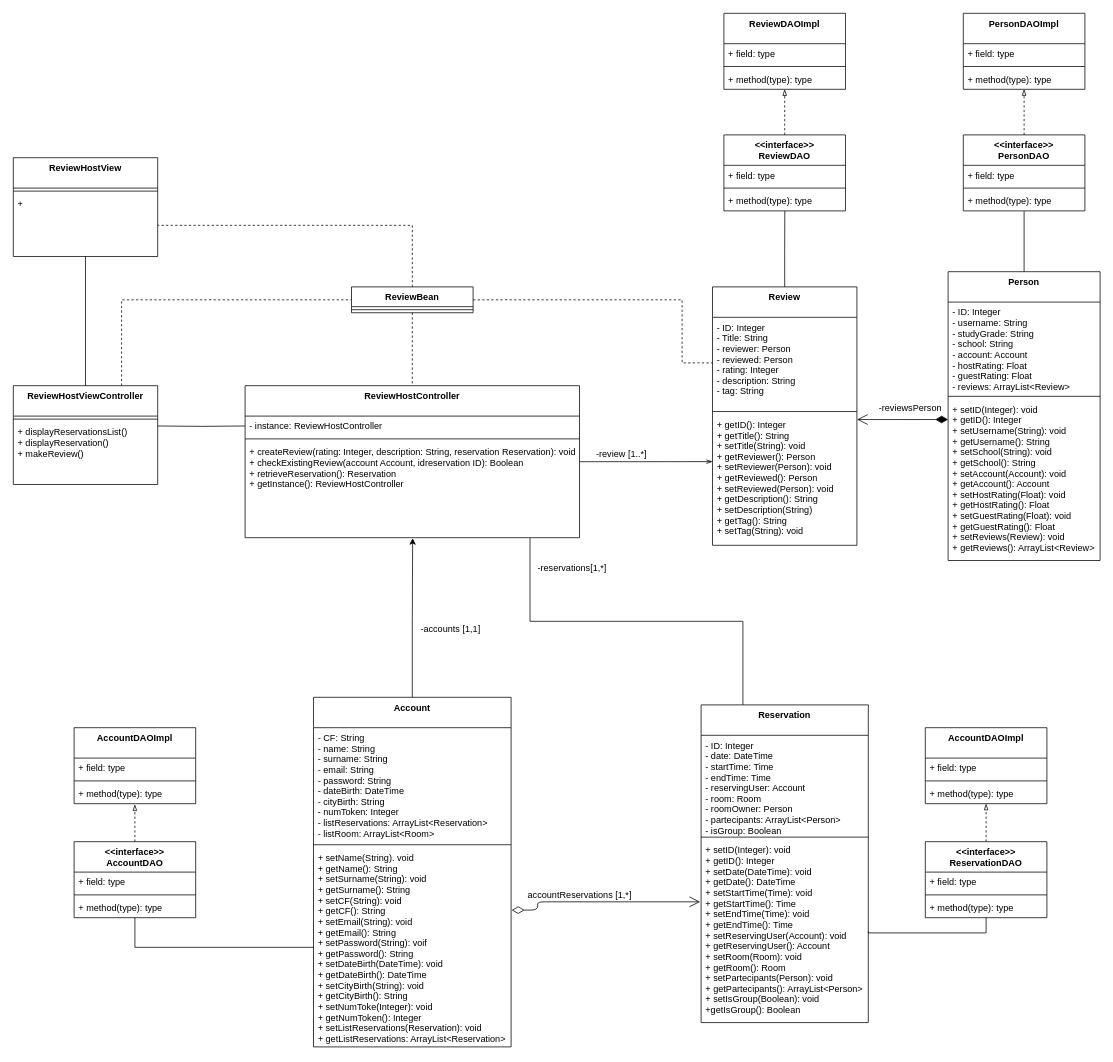
The draw.io diagram Deliverables/Design Level Class Diagram/DLCD ReviewHost Agostinelli.drawio in nic-agos/DoveStudi, before the edit. Source tidied: cells renumbered, new cells numbered last; positions are measured from the earlier drawing's top-left corner, leaving out a move shared by most shapes. Both pictures are drawn from the tidied source at 76%, with x=0, y=0 at pixel (13, 13).
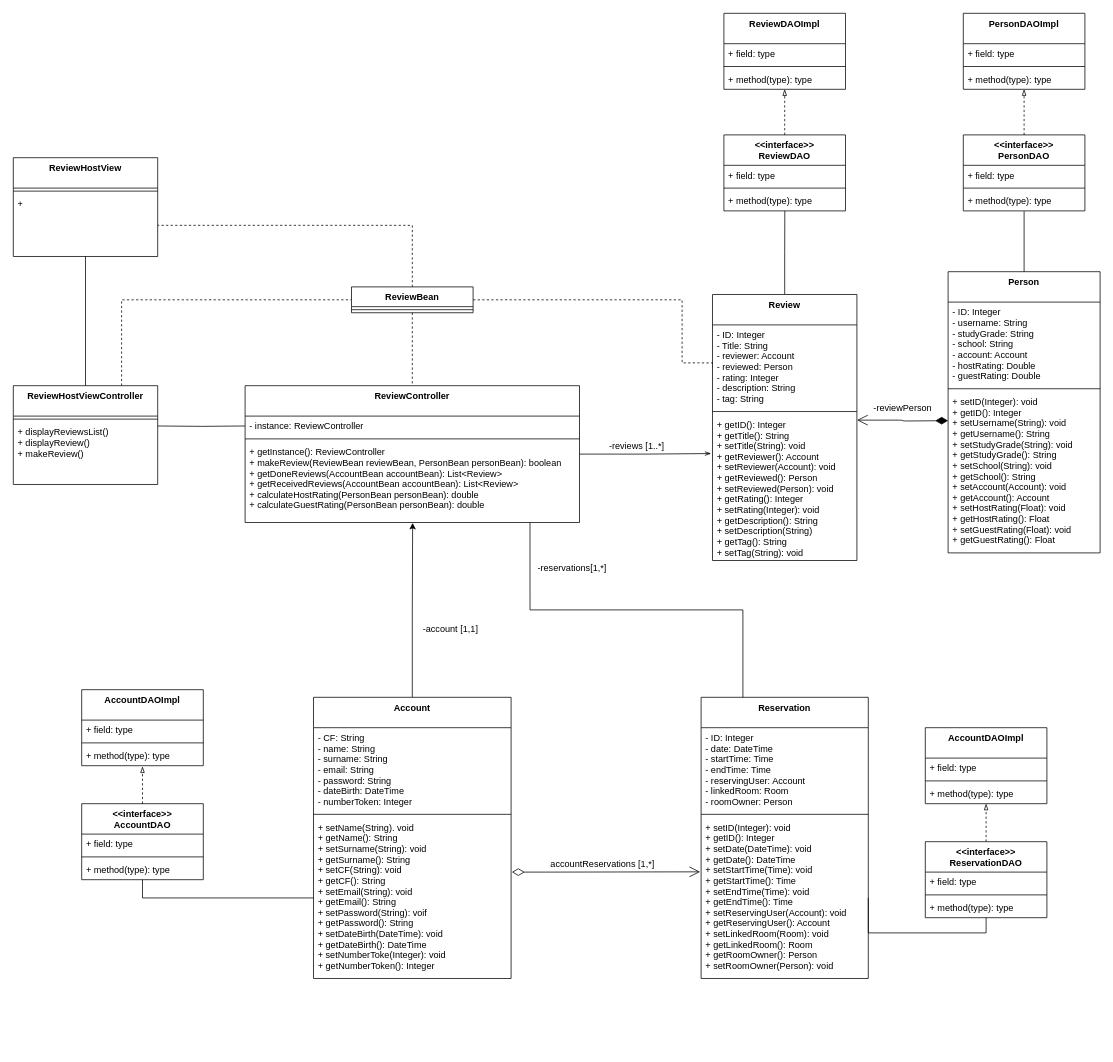
After the change.

Unchanged cells that the change refers to:
```xml
<mxCell id="8" value="ReviewHostViewController" style="swimlane;fontStyle=1;align=center;verticalAlign=top;horizontal=1;startSize=40;" parent="1" vertex="1">
  <mxGeometry y="490" width="190" height="130" as="geometry" />
</mxCell>
```

What changed in the source:
```diff
@@
-    <mxCell id="2" style="edgeStyle=orthogonalEdgeStyle;rounded=0;jettySize=auto;html=1;entryX=0;entryY=0.36;entryDx=0;entryDy=0;entryPerimeter=0;endArrow=openThin;endFill=0;" parent="1" edge="1" source="3" target="20">
+    <mxCell id="2" style="edgeStyle=orthogonalEdgeStyle;rounded=0;jettySize=auto;html=1;entryX=-0.01;entryY=0.267;entryDx=0;entryDy=0;entryPerimeter=0;endArrow=openThin;endFill=0;" parent="1" edge="1" source="3" target="20">
       <mxGeometry relative="1" as="geometry" />
     </mxCell>
-    <mxCell id="3" value="ReviewHostController" style="swimlane;fontStyle=1;align=center;verticalAlign=top;horizontal=1;startSize=40;" parent="1" vertex="1">
-      <mxGeometry x="305" y="490" width="440" height="200" as="geometry" />
+    <mxCell id="3" value="ReviewController" style="swimlane;fontStyle=1;align=center;verticalAlign=top;horizontal=1;startSize=40;" parent="1" vertex="1">
+      <mxGeometry x="305" y="490" width="440" height="180" as="geometry" />
     </mxCell>
-    <mxCell id="4" value="- instance: ReviewHostController" style="text;strokeColor=none;fillColor=none;align=left;verticalAlign=top;spacingLeft=4;spacingRight=4;overflow=hidden;points=[[0,0.5],[1,0.5]];portConstraint=eastwest;" parent="3" vertex="1">
+    <mxCell id="4" value="- instance: ReviewController" style="text;strokeColor=none;fillColor=none;align=left;verticalAlign=top;spacingLeft=4;spacingRight=4;overflow=hidden;points=[[0,0.5],[1,0.5]];portConstraint=eastwest;" parent="3" vertex="1">
       <mxGeometry y="40" width="440" height="26" as="geometry" />
     </mxCell>
@@
-    <mxCell id="6" value="+ createReview(rating: Integer, description: String, reservation Reservation): void&#10;+ checkExistingReview(account Account, idreservation ID): Boolean&#10;+ retrieveReservation(): Reservation&#10;+ getInstance(): ReviewHostController" style="text;strokeColor=none;fillColor=none;align=left;verticalAlign=top;spacingLeft=4;spacingRight=4;overflow=hidden;points=[[0,0.5],[1,0.5]];portConstraint=eastwest;" parent="3" vertex="1">
-      <mxGeometry y="74" width="440" height="126" as="geometry" />
+    <mxCell id="6" value="+ getInstance(): ReviewController&#10;+ makeReview(ReviewBean reviewBean, PersonBean personBean): boolean&#10;+ getDoneReviews(AccountBean accountBean): List&lt;Review&gt;&#10;+ getReceivedReviews(AccountBean accountBean): List&lt;Review&gt;&#10;+ calculateHostRating(PersonBean personBean): double&#10;+ calculateGuestRating(PersonBean personBean): double" style="text;strokeColor=none;fillColor=none;align=left;verticalAlign=top;spacingLeft=4;spacingRight=4;overflow=hidden;points=[[0,0.5],[1,0.5]];portConstraint=eastwest;" parent="3" vertex="1">
+      <mxGeometry y="74" width="440" height="106" as="geometry" />
     </mxCell>
@@
-    <mxCell id="10" value="+ displayReservationsList()&#10;+ displayReservation()&#10;+ makeReview()&#10;" style="text;strokeColor=none;fillColor=none;align=left;verticalAlign=top;spacingLeft=4;spacingRight=4;overflow=hidden;" parent="8" vertex="1">
+    <mxCell id="10" value="+ displayReviewsList()&#10;+ displayReview()&#10;+ makeReview()&#10;" style="text;strokeColor=none;fillColor=none;align=left;verticalAlign=top;spacingLeft=4;spacingRight=4;overflow=hidden;" parent="8" vertex="1">
       <mxGeometry y="48" width="190" height="82" as="geometry" />
     </mxCell>
@@
     <mxCell id="12" value="Account" style="swimlane;fontStyle=1;align=center;verticalAlign=top;horizontal=1;startSize=40;" parent="1" vertex="1">
-      <mxGeometry x="395" y="900" width="260" height="460" as="geometry" />
+      <mxGeometry x="395" y="900" width="260" height="370" as="geometry" />
     </mxCell>
-    <mxCell id="13" value="- CF: String&#10;- name: String&#10;- surname: String&#10;- email: String&#10;- password: String&#10;- dateBirth: DateTime&#10;- cityBirth: String&#10;- numToken: Integer&#10;- listReservations: ArrayList&lt;Reservation&gt;&#10;- listRoom: ArrayList&lt;Room&gt;" style="text;strokeColor=none;fillColor=none;align=left;verticalAlign=top;spacingLeft=4;spacingRight=4;overflow=hidden;" parent="12" vertex="1">
-      <mxGeometry y="40" width="260" height="150" as="geometry" />
+    <mxCell id="13" value="- CF: String&#10;- name: String&#10;- surname: String&#10;- email: String&#10;- password: String&#10;- dateBirth: DateTime&#10;- numberToken: Integer&#10;" style="text;strokeColor=none;fillColor=none;align=left;verticalAlign=top;spacingLeft=4;spacingRight=4;overflow=hidden;" parent="12" vertex="1">
+      <mxGeometry y="40" width="260" height="110" as="geometry" />
     </mxCell>
     <mxCell id="14" style="line;strokeWidth=1;fillColor=none;align=left;verticalAlign=middle;spacingTop=-1;spacingLeft=3;spacingRight=3;labelPosition=right;" parent="12" vertex="1">
-      <mxGeometry y="190" width="260" height="8" as="geometry" />
+      <mxGeometry y="150" width="260" height="8" as="geometry" />
     </mxCell>
-    <mxCell id="15" value="+ setName(String). void&#10;+ getName(): String&#10;+ setSurname(String): void&#10;+ getSurname(): String&#10;+ setCF(String): void&#10;+ getCF(): String&#10;+ setEmail(String): void&#10;+ getEmail(): String&#10;+ setPassword(String): voif&#10;+ getPassword(): String&#10;+ setDateBirth(DateTime): void&#10;+ getDateBirth(): DateTime&#10;+ setCityBirth(String): void&#10;+ getCityBirth(): String&#10;+ setNumToke(Integer): void&#10;+ getNumToken(): Integer&#10;+ setListReservations(Reservation): void&#10;+ getListReservations: ArrayList&lt;Reservation&gt;&#10;&#10;" style="text;strokeColor=none;fillColor=none;align=left;verticalAlign=top;spacingLeft=4;spacingRight=4;overflow=hidden;points=[[0,0.5],[1,0.5]];portConstraint=eastwest;" parent="12" vertex="1">
-      <mxGeometry y="198" width="260" height="262" as="geometry" />
+    <mxCell id="15" value="+ setName(String). void&#10;+ getName(): String&#10;+ setSurname(String): void&#10;+ getSurname(): String&#10;+ setCF(String): void&#10;+ getCF(): String&#10;+ setEmail(String): void&#10;+ getEmail(): String&#10;+ setPassword(String): voif&#10;+ getPassword(): String&#10;+ setDateBirth(DateTime): void&#10;+ getDateBirth(): DateTime&#10;+ setNumberToke(Integer): void&#10;+ getNumberToken(): Integer" style="text;strokeColor=none;fillColor=none;align=left;verticalAlign=top;spacingLeft=4;spacingRight=4;overflow=hidden;points=[[0,0.5],[1,0.5]];portConstraint=eastwest;" parent="12" vertex="1">
+      <mxGeometry y="158" width="260" height="212" as="geometry" />
     </mxCell>
@@
     <mxCell id="17" value="Review" style="swimlane;fontStyle=1;align=center;verticalAlign=top;horizontal=1;startSize=40;" parent="1" vertex="1">
-      <mxGeometry x="920" y="360" width="190" height="340" as="geometry" />
+      <mxGeometry x="920" y="370" width="190" height="350" as="geometry" />
     </mxCell>
-    <mxCell id="18" value="- ID: Integer&#10;- Title: String&#10;- reviewer: Person&#10;- reviewed: Person&#10;- rating: Integer&#10;- description: String&#10;- tag: String" style="text;strokeColor=none;fillColor=none;align=left;verticalAlign=top;spacingLeft=4;spacingRight=4;overflow=hidden;points=[[0,0.5],[1,0.5]];portConstraint=eastwest;" parent="17" vertex="1">
-      <mxGeometry y="40" width="190" height="120" as="geometry" />
+    <mxCell id="18" value="- ID: Integer&#10;- Title: String&#10;- reviewer: Account&#10;- reviewed: Person&#10;- rating: Integer&#10;- description: String&#10;- tag: String" style="text;strokeColor=none;fillColor=none;align=left;verticalAlign=top;spacingLeft=4;spacingRight=4;overflow=hidden;points=[[0,0.5],[1,0.5]];portConstraint=eastwest;" parent="17" vertex="1">
+      <mxGeometry y="40" width="190" height="110" as="geometry" />
     </mxCell>
     <mxCell id="19" style="line;strokeWidth=1;fillColor=none;align=left;verticalAlign=middle;spacingTop=-1;spacingLeft=3;spacingRight=3;labelPosition=right;" parent="17" vertex="1">
-      <mxGeometry y="160" width="190" height="8" as="geometry" />
+      <mxGeometry y="150" width="190" height="8" as="geometry" />
     </mxCell>
-    <mxCell id="20" value="+ getID(): Integer&#10;+ getTitle(): String&#10;+ setTitle(String): void&#10;+ getReviewer(): Person&#10;+ setReviewer(Person): void&#10;+ getReviewed(): Person&#10;+ setReviewed(Person): void&#10;+ getDescription(): String&#10;+ setDescription(String)&#10;+ getTag(): String&#10;+ setTag(String): void" style="text;strokeColor=none;fillColor=none;align=left;verticalAlign=top;spacingLeft=4;spacingRight=4;overflow=hidden;points=[[0,0.5],[1,0.5]];portConstraint=eastwest;" parent="17" vertex="1">
-      <mxGeometry y="168" width="190" height="172" as="geometry" />
+    <mxCell id="20" value="+ getID(): Integer&#10;+ getTitle(): String&#10;+ setTitle(String): void&#10;+ getReviewer(): Account&#10;+ setReviewer(Account): void&#10;+ getReviewed(): Person&#10;+ setReviewed(Person): void&#10;+ getRating(): Integer&#10;+ setRating(Integer): void&#10;+ getDescription(): String&#10;+ setDescription(String)&#10;+ getTag(): String&#10;+ setTag(String): void" style="text;strokeColor=none;fillColor=none;align=left;verticalAlign=top;spacingLeft=4;spacingRight=4;overflow=hidden;points=[[0,0.5],[1,0.5]];portConstraint=eastwest;" parent="17" vertex="1">
+      <mxGeometry y="158" width="190" height="192" as="geometry" />
     </mxCell>
@@
-    <mxCell id="35" value="-review [1..*]" style="text;html=1;align=center;verticalAlign=middle;" parent="1" vertex="1">
-      <mxGeometry x="760" y="570" width="80" height="20" as="geometry" />
+    <mxCell id="35" value="-reviews [1..*]" style="text;html=1;align=center;verticalAlign=middle;" parent="1" vertex="1">
+      <mxGeometry x="775" y="560" width="90" height="20" as="geometry" />
     </mxCell>
@@
     <mxCell id="37" value="Person" style="swimlane;fontStyle=1;align=center;verticalAlign=top;horizontal=1;startSize=40;" parent="1" vertex="1">
-      <mxGeometry x="1230" y="340" width="200" height="380" as="geometry" />
+      <mxGeometry x="1230" y="340" width="200" height="370" as="geometry" />
     </mxCell>
-    <mxCell id="38" value="- ID: Integer&#10;- username: String&#10;- studyGrade: String&#10;- school: String&#10;- account: Account&#10;- hostRating: Float&#10;- guestRating: Float&#10;- reviews: ArrayList&lt;Review&gt;" style="text;strokeColor=none;fillColor=none;align=left;verticalAlign=top;spacingLeft=4;spacingRight=4;overflow=hidden;" parent="37" vertex="1">
-      <mxGeometry y="40" width="200" height="120" as="geometry" />
+    <mxCell id="38" value="- ID: Integer&#10;- username: String&#10;- studyGrade: String&#10;- school: String&#10;- account: Account&#10;- hostRating: Double&#10;- guestRating: Double" style="text;strokeColor=none;fillColor=none;align=left;verticalAlign=top;spacingLeft=4;spacingRight=4;overflow=hidden;" parent="37" vertex="1">
+      <mxGeometry y="40" width="200" height="110" as="geometry" />
     </mxCell>
     <mxCell id="39" style="line;strokeWidth=1;fillColor=none;align=left;verticalAlign=middle;spacingTop=-1;spacingLeft=3;spacingRight=3;labelPosition=right;" parent="37" vertex="1">
-      <mxGeometry y="160" width="200" height="8" as="geometry" />
+      <mxGeometry y="150" width="200" height="8" as="geometry" />
     </mxCell>
-    <mxCell id="40" value="+ setID(Integer): void&#10;+ getID(): Integer&#10;+ setUsername(String): void&#10;+ getUsername(): String&#10;+ setSchool(String): void&#10;+ getSchool(): String&#10;+ setAccount(Account): void&#10;+ getAccount(): Account&#10;+ setHostRating(Float): void&#10;+ getHostRating(): Float&#10;+ setGuestRating(Float): void&#10;+ getGuestRating(): Float&#10;+ setReviews(Review): void&#10;+ getReviews(): ArrayList&lt;Review&gt;" style="text;strokeColor=none;fillColor=none;align=left;verticalAlign=top;spacingLeft=4;spacingRight=4;overflow=hidden;points=[[0,0.5],[1,0.5]];portConstraint=eastwest;" parent="37" vertex="1">
-      <mxGeometry y="168" width="200" height="212" as="geometry" />
+    <mxCell id="40" value="+ setID(Integer): void&#10;+ getID(): Integer&#10;+ setUsername(String): void&#10;+ getUsername(): String&#10;+ setStudyGrade(String): void&#10;+ getStudyGrade(): String&#10;+ setSchool(String): void&#10;+ getSchool(): String&#10;+ setAccount(Account): void&#10;+ getAccount(): Account&#10;+ setHostRating(Float): void&#10;+ getHostRating(): Float&#10;+ setGuestRating(Float): void&#10;+ getGuestRating(): Float" style="text;strokeColor=none;fillColor=none;align=left;verticalAlign=top;spacingLeft=4;spacingRight=4;overflow=hidden;points=[[0,0.5],[1,0.5]];portConstraint=eastwest;" parent="37" vertex="1">
+      <mxGeometry y="158" width="200" height="212" as="geometry" />
     </mxCell>
@@
-    <mxCell id="51" value="-reviewsPerson" style="text;html=1;align=center;verticalAlign=middle;" parent="1" vertex="1">
-      <mxGeometry x="1130" y="510" width="100" height="20" as="geometry" />
+    <mxCell id="51" value="-reviewPerson" style="text;html=1;align=center;verticalAlign=middle;" parent="1" vertex="1">
+      <mxGeometry x="1125" y="510" width="90" height="20" as="geometry" />
     </mxCell>
     <mxCell id="52" value="&lt;&lt;interface&gt;&gt;&#10;AccountDAO" style="swimlane;fontStyle=1;align=center;verticalAlign=top;horizontal=1;startSize=40;" parent="1" vertex="1">
-      <mxGeometry x="80" y="1090" width="160" height="100" as="geometry" />
+      <mxGeometry x="90" y="1040" width="160" height="100" as="geometry" />
     </mxCell>
@@
     <mxCell id="56" value="AccountDAOImpl" style="swimlane;fontStyle=1;align=center;verticalAlign=top;horizontal=1;startSize=40;" parent="1" vertex="1">
-      <mxGeometry x="80" y="940" width="160" height="100" as="geometry" />
+      <mxGeometry x="90" y="890" width="160" height="100" as="geometry" />
     </mxCell>
@@
-    <mxCell id="62" value="-accounts [1,1]" style="text;html=1;align=center;verticalAlign=middle;" parent="1" vertex="1">
+    <mxCell id="62" value="-account [1,1]" style="text;html=1;align=center;verticalAlign=middle;" parent="1" vertex="1">
       <mxGeometry x="530" y="800" width="90" height="20" as="geometry" />
     </mxCell>
-    <mxCell id="63" style="endArrow=open;html=1;endSize=12;startArrow=diamondThin;startSize=14;startFill=1;edgeStyle=orthogonalEdgeStyle;align=left;verticalAlign=bottom;entryX=1.001;entryY=0.038;entryDx=0;entryDy=0;entryPerimeter=0;exitX=0;exitY=0.125;exitDx=0;exitDy=0;exitPerimeter=0;" parent="1" edge="1" source="40" target="20">
-      <mxGeometry x="-1" y="3" relative="1" as="geometry" />
+    <mxCell id="63" style="endArrow=open;html=1;endSize=12;startArrow=diamondThin;startSize=14;startFill=1;edgeStyle=orthogonalEdgeStyle;align=left;verticalAlign=bottom;entryX=1.001;entryY=0.038;entryDx=0;entryDy=0;entryPerimeter=0;" parent="1" edge="1" target="20">
+      <mxGeometry x="-1" y="3" relative="1" as="geometry">
+        <mxPoint x="1230" y="536" as="sourcePoint" />
+      </mxGeometry>
     </mxCell>
     <mxCell id="64" value="Reservation" style="swimlane;fontStyle=1;align=center;verticalAlign=top;horizontal=1;startSize=40;" parent="1" vertex="1">
-      <mxGeometry x="905" y="910" width="220" height="418" as="geometry" />
+      <mxGeometry x="905" y="900" width="220" height="370" as="geometry" />
     </mxCell>
-    <mxCell id="65" value="- ID: Integer&#10;- date: DateTime&#10;- startTime: Time&#10;- endTime: Time&#10;- reservingUser: Account&#10;- room: Room&#10;- roomOwner: Person&#10;- partecipants: ArrayList&lt;Person&gt;&#10;- isGroup: Boolean" style="text;strokeColor=none;fillColor=none;align=left;verticalAlign=top;spacingLeft=4;spacingRight=4;overflow=hidden;" parent="64" vertex="1">
-      <mxGeometry y="40" width="220" height="130" as="geometry" />
+    <mxCell id="65" value="- ID: Integer&#10;- date: DateTime&#10;- startTime: Time&#10;- endTime: Time&#10;- reservingUser: Account&#10;- linkedRoom: Room&#10;- roomOwner: Person" style="text;strokeColor=none;fillColor=none;align=left;verticalAlign=top;spacingLeft=4;spacingRight=4;overflow=hidden;" parent="64" vertex="1">
+      <mxGeometry y="40" width="220" height="110" as="geometry" />
     </mxCell>
     <mxCell id="66" style="line;strokeWidth=1;fillColor=none;align=left;verticalAlign=middle;spacingTop=-1;spacingLeft=3;spacingRight=3;labelPosition=right;" parent="64" vertex="1">
-      <mxGeometry y="170" width="220" height="8" as="geometry" />
+      <mxGeometry y="150" width="220" height="8" as="geometry" />
     </mxCell>
-    <mxCell id="67" value="+ setID(Integer): void &#10;+ getID(): Integer&#10;+ setDate(DateTime): void&#10;+ getDate(): DateTime&#10;+ setStartTime(Time): void&#10;+ getStartTime(): Time&#10;+ setEndTime(Time): void&#10;+ getEndTime(): Time&#10;+ setReservingUser(Account): void&#10;+ getReservingUser(): Account&#10;+ setRoom(Room): void&#10;+ getRoom(): Room&#10;+ setPartecipants(Person): void&#10;+ getPartecipants(): ArrayList&lt;Person&gt;&#10;+ setIsGroup(Boolean): void&#10;+getIsGroup(): Boolean" style="text;strokeColor=none;fillColor=none;align=left;verticalAlign=top;spacingLeft=4;spacingRight=4;overflow=hidden;points=[[0,0.5],[1,0.5]];portConstraint=eastwest;" parent="64" vertex="1">
-      <mxGeometry y="178" width="220" height="240" as="geometry" />
+    <mxCell id="67" value="+ setID(Integer): void &#10;+ getID(): Integer&#10;+ setDate(DateTime): void&#10;+ getDate(): DateTime&#10;+ setStartTime(Time): void&#10;+ getStartTime(): Time&#10;+ setEndTime(Time): void&#10;+ getEndTime(): Time&#10;+ setReservingUser(Account): void&#10;+ getReservingUser(): Account&#10;+ setLinkedRoom(Room): void&#10;+ getLinkedRoom(): Room&#10;+ getRoomOwner(): Person&#10;+ setRoomOwner(Person): void&#10;" style="text;strokeColor=none;fillColor=none;align=left;verticalAlign=top;spacingLeft=4;spacingRight=4;overflow=hidden;points=[[0,0.5],[1,0.5]];portConstraint=eastwest;" parent="64" vertex="1">
+      <mxGeometry y="158" width="220" height="212" as="geometry" />
     </mxCell>
@@
-    <mxCell id="70" style="endArrow=open;html=1;endSize=12;startArrow=diamondThin;startSize=14;startFill=0;edgeStyle=orthogonalEdgeStyle;align=left;verticalAlign=bottom;entryX=-0.006;entryY=0.338;entryDx=0;entryDy=0;entryPerimeter=0;exitX=1.003;exitY=0.313;exitDx=0;exitDy=0;exitPerimeter=0;" parent="1" edge="1" source="15" target="67">
+    <mxCell id="70" style="endArrow=open;html=1;endSize=12;startArrow=diamondThin;startSize=14;startFill=0;edgeStyle=orthogonalEdgeStyle;align=left;verticalAlign=bottom;entryX=-0.006;entryY=0.338;entryDx=0;entryDy=0;entryPerimeter=0;" parent="1" edge="1" target="67">
       <mxGeometry x="-1" y="3" relative="1" as="geometry">
+        <mxPoint x="656" y="1130" as="sourcePoint" />
         <Array as="points">
-          <mxPoint x="690" y="1170" />
+          <mxPoint x="710" y="1130" />
         </Array>
       </mxGeometry>
     </mxCell>
     <mxCell id="71" value="accountReservations [1,*]" style="text;html=1;align=center;verticalAlign=middle;" parent="1" vertex="1">
-      <mxGeometry x="670" y="1150" width="150" height="20" as="geometry" />
+      <mxGeometry x="700" y="1110" width="150" height="20" as="geometry" />
     </mxCell>
```
